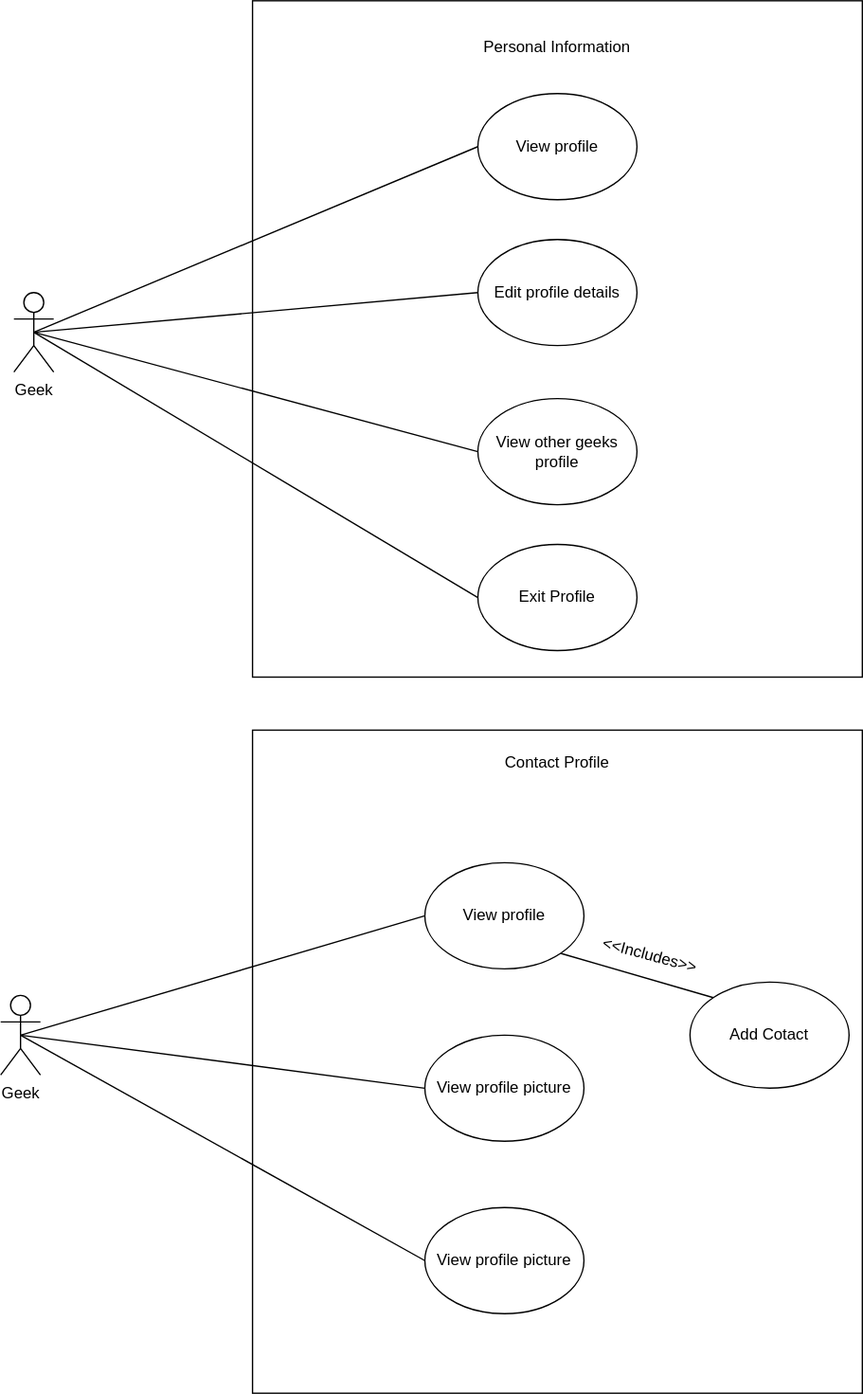
Earlier version of the draw.io export Deliverable1/UsecaseDiagrams/Profile.drawio.svg (tshegofatso-motlhakane/Geeks-Chat). Source tidied: cells renumbered, new cells last; positions are measured from the earlier drawing's top-left corner, leaving out a move shared by most shapes.
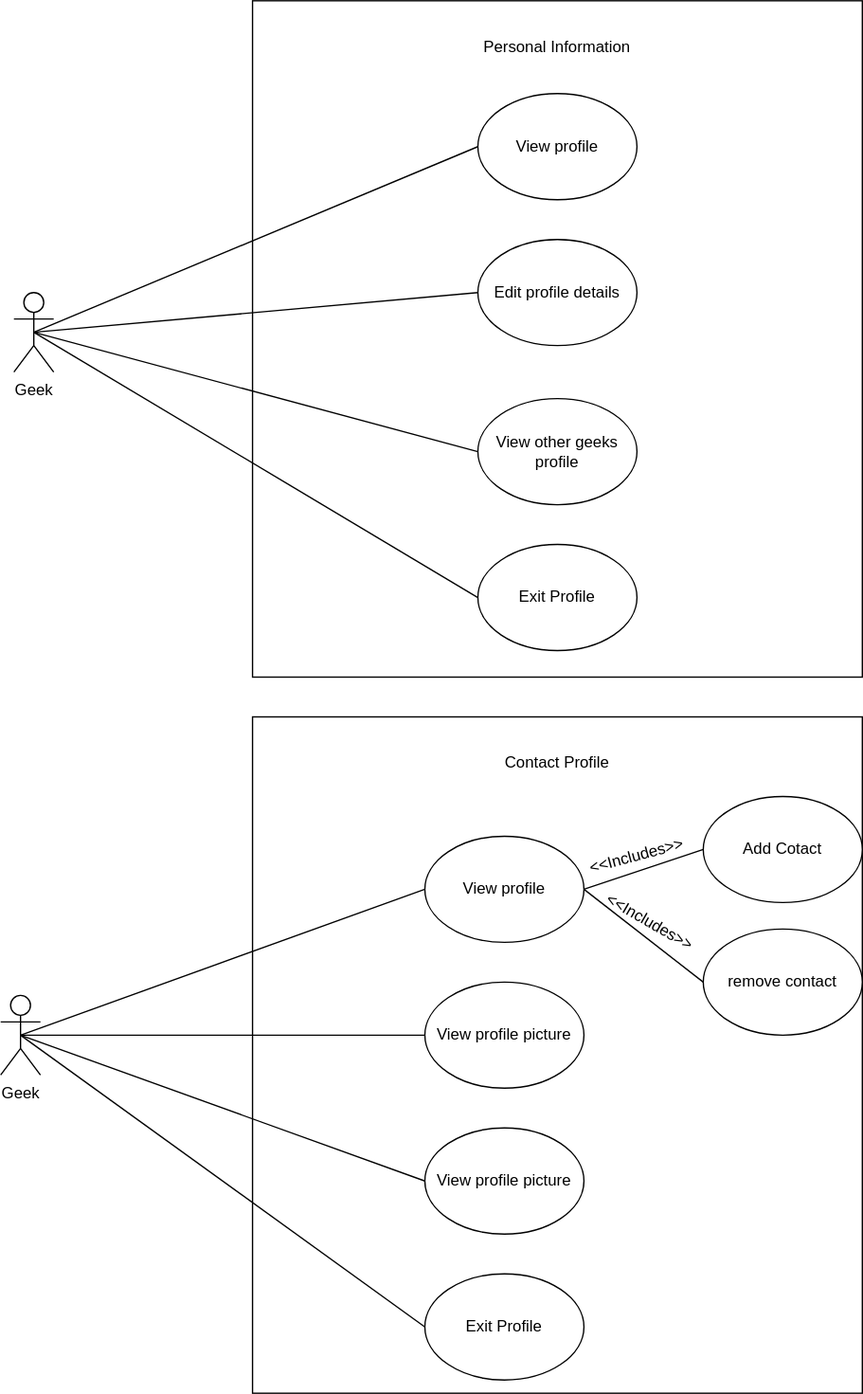
After the commit.

The edit, as a diff of the source:
```diff
@@ -30,7 +30,7 @@
       <mxGeometry relative="1" as="geometry" />
     </mxCell>
     <mxCell id="11" style="rounded=0;whiteSpace=wrap;html=1;" parent="1" vertex="1">
-      <mxGeometry x="190" y="550" width="460" height="500" as="geometry" />
+      <mxGeometry x="190" y="540" width="460" height="510" as="geometry" />
     </mxCell>
     <mxCell id="12" value="Geek" style="shape=umlActor;verticalLabelPosition=bottom;verticalAlign=top;html=1;outlineConnect=0;" parent="1" vertex="1">
       <mxGeometry y="750" width="30" height="60" as="geometry" />
@@ -39,22 +39,22 @@
       <mxGeometry x="360" y="560" width="120" height="30" as="geometry" />
     </mxCell>
     <mxCell id="14" value="Add Cotact" style="ellipse;whiteSpace=wrap;html=1;" parent="1" vertex="1">
-      <mxGeometry x="520" y="740" width="120" height="80" as="geometry" />
+      <mxGeometry x="530" y="600" width="120" height="80" as="geometry" />
     </mxCell>
     <mxCell id="15" value="View profile" style="ellipse;whiteSpace=wrap;html=1;" parent="1" vertex="1">
-      <mxGeometry x="320" y="650" width="120" height="80" as="geometry" />
+      <mxGeometry x="320" y="630" width="120" height="80" as="geometry" />
     </mxCell>
     <mxCell id="16" style="endArrow=none;html=1;rounded=0;entryX=0;entryY=0.5;entryDx=0;entryDy=0;exitX=0.5;exitY=0.5;exitDx=0;exitDy=0;exitPerimeter=0;" parent="1" edge="1" source="12" target="15">
       <mxGeometry relative="1" as="geometry" />
     </mxCell>
-    <mxCell id="17" style="endArrow=none;html=1;rounded=0;entryX=0;entryY=0;entryDx=0;entryDy=0;exitX=1;exitY=1;exitDx=0;exitDy=0;" parent="1" edge="1" source="15" target="14">
+    <mxCell id="17" style="endArrow=none;html=1;rounded=0;entryX=0;entryY=0.5;entryDx=0;entryDy=0;exitX=1;exitY=0.5;exitDx=0;exitDy=0;" parent="1" edge="1" source="15" target="14">
       <mxGeometry relative="1" as="geometry" />
     </mxCell>
-    <mxCell id="18" value="&amp;lt;&amp;lt;Includes&amp;gt;&amp;gt;" style="text;html=1;strokeColor=none;fillColor=none;align=center;verticalAlign=middle;whiteSpace=wrap;rounded=0;rotation=15;" parent="1" vertex="1">
-      <mxGeometry x="460" y="705" width="60" height="30" as="geometry" />
+    <mxCell id="18" value="&amp;lt;&amp;lt;Includes&amp;gt;&amp;gt;" style="text;html=1;strokeColor=none;fillColor=none;align=center;verticalAlign=middle;whiteSpace=wrap;rounded=0;rotation=30;" parent="1" vertex="1">
+      <mxGeometry x="460" y="680" width="60" height="30" as="geometry" />
     </mxCell>
     <mxCell id="19" value="View profile picture" style="ellipse;whiteSpace=wrap;html=1;" parent="1" vertex="1">
-      <mxGeometry x="320" y="780" width="120" height="80" as="geometry" />
+      <mxGeometry x="320" y="740" width="120" height="80" as="geometry" />
     </mxCell>
     <mxCell id="20" style="endArrow=none;html=1;rounded=0;entryX=0;entryY=0.5;entryDx=0;entryDy=0;exitX=0.5;exitY=0.5;exitDx=0;exitDy=0;exitPerimeter=0;" parent="1" edge="1" source="12" target="19">
       <mxGeometry relative="1" as="geometry" />
@@ -66,10 +66,25 @@
       <mxGeometry relative="1" as="geometry" />
     </mxCell>
     <mxCell id="23" value="View profile picture" style="ellipse;whiteSpace=wrap;html=1;" parent="1" vertex="1">
-      <mxGeometry x="320" y="910" width="120" height="80" as="geometry" />
+      <mxGeometry x="320" y="850" width="120" height="80" as="geometry" />
     </mxCell>
     <mxCell id="24" style="endArrow=none;html=1;rounded=0;entryX=0;entryY=0.5;entryDx=0;entryDy=0;exitX=0.5;exitY=0.5;exitDx=0;exitDy=0;exitPerimeter=0;" parent="1" edge="1" source="12" target="23">
       <mxGeometry relative="1" as="geometry" />
     </mxCell>
+    <mxCell id="25" value="remove contact" style="ellipse;whiteSpace=wrap;html=1;" parent="1" vertex="1">
+      <mxGeometry x="530" y="700" width="120" height="80" as="geometry" />
+    </mxCell>
+    <mxCell id="26" style="endArrow=none;html=1;rounded=0;entryX=0;entryY=0.5;entryDx=0;entryDy=0;exitX=1;exitY=0.5;exitDx=0;exitDy=0;" parent="1" edge="1" source="15" target="25">
+      <mxGeometry relative="1" as="geometry" />
+    </mxCell>
+    <mxCell id="27" value="&amp;lt;&amp;lt;Includes&amp;gt;&amp;gt;" style="text;html=1;strokeColor=none;fillColor=none;align=center;verticalAlign=middle;whiteSpace=wrap;rounded=0;rotation=-15;flipH=0;flipV=1;" parent="1" vertex="1">
+      <mxGeometry x="450" y="630" width="60" height="30" as="geometry" />
+    </mxCell>
+    <mxCell id="28" value="Exit Profile" style="ellipse;whiteSpace=wrap;html=1;" parent="1" vertex="1">
+      <mxGeometry x="320" y="960" width="120" height="80" as="geometry" />
+    </mxCell>
+    <mxCell id="29" style="endArrow=none;html=1;rounded=0;entryX=0;entryY=0.5;entryDx=0;entryDy=0;exitX=0.5;exitY=0.5;exitDx=0;exitDy=0;exitPerimeter=0;" parent="1" edge="1" source="12" target="28">
+      <mxGeometry relative="1" as="geometry" />
+    </mxCell>
   </root>
 </mxGraphModel>
```
